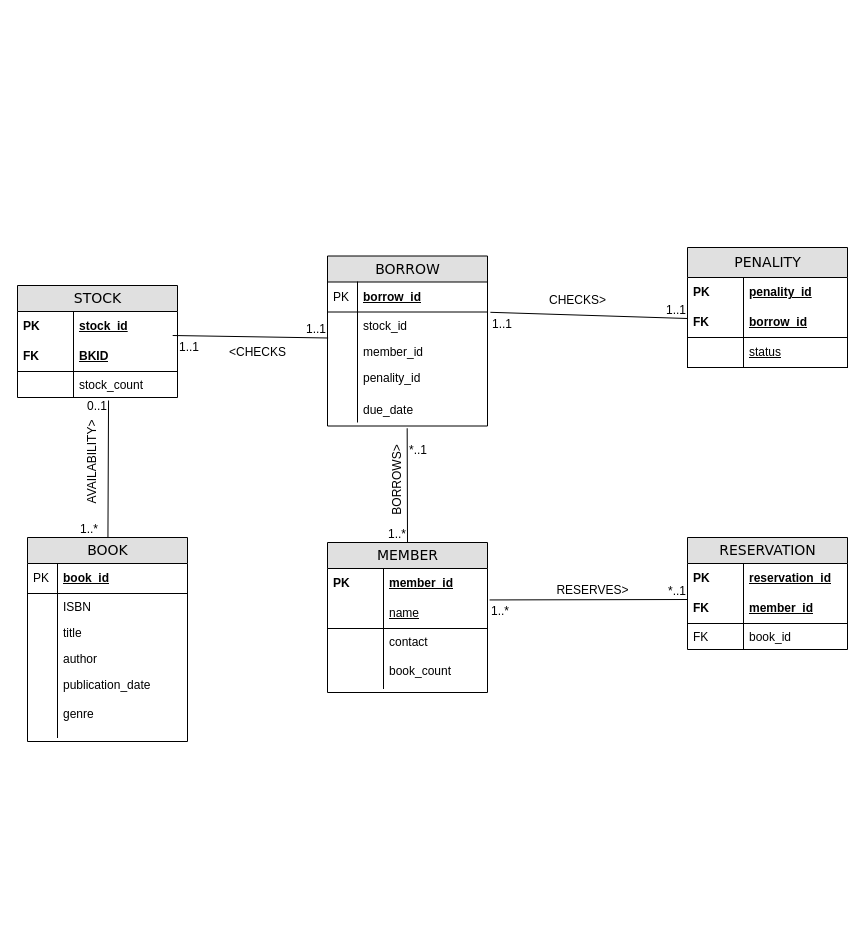
Earlier version of the draw.io diagram erdiagram.drawio (kaushik315/MScComputingDS). Source tidied: cells renumbered, new cells numbered last; positions are measured from the earlier drawing's top-left corner, leaving out a move shared by most shapes. Both pictures are drawn from the tidied source at 100%, with x=0, y=0 at pixel (17, 247).
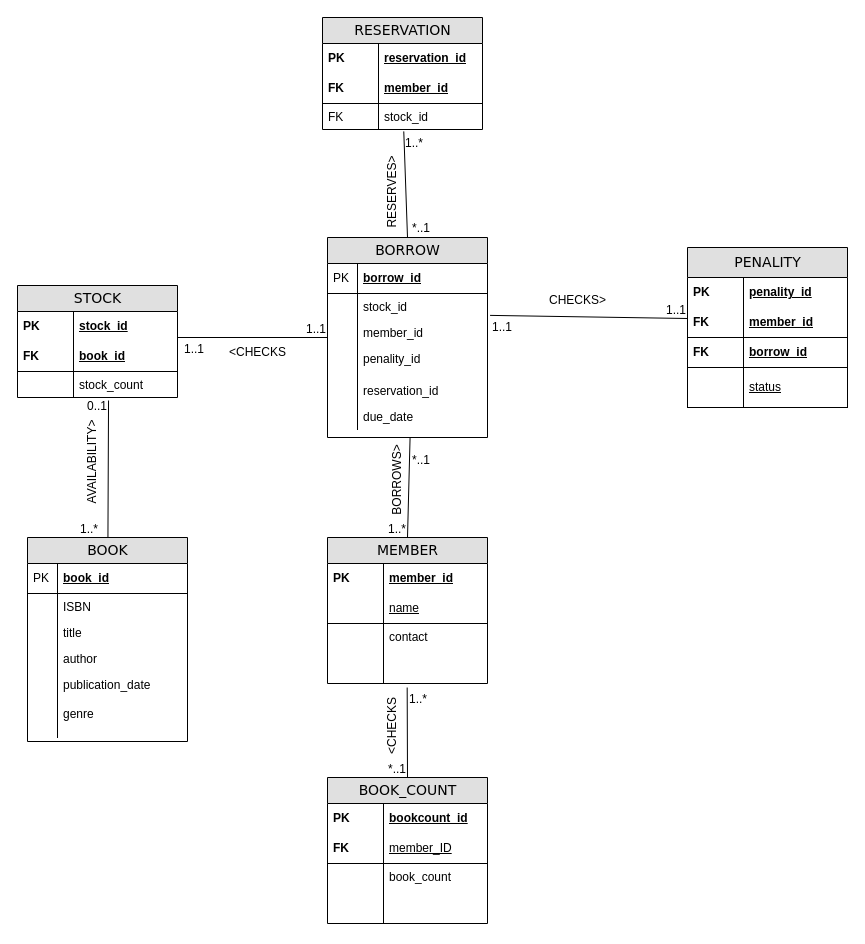
After the change.

Unchanged cells that the change refers to:
```xml
<mxCell id="2" value="STOCK" style="swimlane;html=1;fontStyle=0;horizontal=1;startSize=26;fillColor=#e0e0e0;swimlaneFillColor=#ffffff;align=center;rounded=0;shadow=0;comic=0;labelBackgroundColor=none;strokeWidth=1;fontFamily=Verdana;fontSize=14;" parent="1" vertex="1">
  <mxGeometry y="38" width="160" height="112" as="geometry" />
</mxCell>
<mxCell id="10" value="member_id" style="shape=partialRectangle;top=0;left=0;right=0;bottom=0;html=1;align=left;verticalAlign=middle;fillColor=none;spacingLeft=60;spacingRight=4;whiteSpace=wrap;overflow=hidden;points=[[0,0.5],[1,0.5]];portConstraint=eastwest;fontStyle=5;" parent="9" vertex="1">
  <mxGeometry y="26" width="160" height="30" as="geometry" />
</mxCell>
<mxCell id="37" value="stock_id" style="shape=partialRectangle;top=0;left=0;right=0;bottom=0;html=1;align=left;verticalAlign=top;fillColor=none;spacingLeft=34;spacingRight=4;whiteSpace=wrap;overflow=hidden;points=[[0,0.5],[1,0.5]];portConstraint=eastwest;" parent="34" vertex="1">
  <mxGeometry y="56" width="160" height="26" as="geometry" />
</mxCell>
<mxCell id="63" value="BORROWS&amp;gt;" style="text;html=1;align=center;verticalAlign=middle;points=[];strokeColor=none;fillColor=none;rotation=-90;" parent="1" vertex="1">
  <mxGeometry x="335" y="218" width="90" height="30" as="geometry" />
</mxCell>
```

What changed in the source:
```diff
@@
-    <mxCell id="5" value="BKID" style="shape=partialRectangle;top=0;left=0;right=0;bottom=1;html=1;align=left;verticalAlign=middle;fillColor=none;spacingLeft=60;spacingRight=4;whiteSpace=wrap;overflow=hidden;points=[[0,0.5],[1,0.5]];portConstraint=eastwest;fontStyle=5;" parent="2" vertex="1">
+    <mxCell id="5" value="book_id" style="shape=partialRectangle;top=0;left=0;right=0;bottom=1;html=1;align=left;verticalAlign=middle;fillColor=none;spacingLeft=60;spacingRight=4;whiteSpace=wrap;overflow=hidden;points=[[0,0.5],[1,0.5]];portConstraint=eastwest;fontStyle=5;" parent="2" vertex="1">
       <mxGeometry y="56" width="160" height="30" as="geometry" />
     </mxCell>
@@
     <mxCell id="9" value="MEMBER" style="swimlane;html=1;fontStyle=0;horizontal=1;startSize=26;fillColor=#e0e0e0;swimlaneFillColor=#ffffff;align=center;rounded=0;shadow=0;comic=0;labelBackgroundColor=none;strokeWidth=1;fontFamily=Verdana;fontSize=14;" parent="1" vertex="1">
-      <mxGeometry x="310" y="295" width="160" height="150" as="geometry" />
+      <mxGeometry x="310" y="290" width="160" height="146" as="geometry" />
     </mxCell>
@@
-    <mxCell id="14" value="contact&lt;br&gt;&lt;br&gt;book_count" style="shape=partialRectangle;top=0;left=0;right=0;bottom=0;html=1;align=left;verticalAlign=top;fillColor=none;spacingLeft=60;spacingRight=4;whiteSpace=wrap;overflow=hidden;points=[[0,0.5],[1,0.5]];portConstraint=eastwest;" parent="9" vertex="1">
+    <mxCell id="14" value="contact&lt;br&gt;" style="shape=partialRectangle;top=0;left=0;right=0;bottom=0;html=1;align=left;verticalAlign=top;fillColor=none;spacingLeft=60;spacingRight=4;whiteSpace=wrap;overflow=hidden;points=[[0,0.5],[1,0.5]];portConstraint=eastwest;" parent="9" vertex="1">
       <mxGeometry y="86" width="160" height="60" as="geometry" />
     </mxCell>
@@
     <mxCell id="16" value="PENALITY" style="swimlane;html=1;fontStyle=0;horizontal=1;startSize=30;fillColor=#e0e0e0;swimlaneFillColor=#ffffff;align=center;rounded=0;shadow=0;comic=0;labelBackgroundColor=none;strokeWidth=1;fontFamily=Verdana;fontSize=14;" parent="1" vertex="1">
-      <mxGeometry x="670" width="160" height="120" as="geometry" />
+      <mxGeometry x="670" width="160" height="160" as="geometry" />
     </mxCell>
@@
-    <mxCell id="19" value="borrow_id" style="shape=partialRectangle;top=0;left=0;right=0;bottom=1;html=1;align=left;verticalAlign=middle;fillColor=none;spacingLeft=60;spacingRight=4;whiteSpace=wrap;overflow=hidden;fontStyle=5;" parent="16" vertex="1">
+    <mxCell id="19" value="member_id" style="shape=partialRectangle;top=0;left=0;right=0;bottom=1;html=1;align=left;verticalAlign=middle;fillColor=none;spacingLeft=60;spacingRight=4;whiteSpace=wrap;overflow=hidden;fontStyle=5;" parent="16" vertex="1">
       <mxGeometry y="60" width="160" height="30" as="geometry" />
     </mxCell>
@@
+    <mxCell id="72" value="borrow_id" style="shape=partialRectangle;top=0;left=0;right=0;bottom=1;html=1;align=left;verticalAlign=middle;fillColor=none;spacingLeft=60;spacingRight=4;whiteSpace=wrap;overflow=hidden;fontStyle=5;" parent="16" vertex="1">
+      <mxGeometry y="90" width="160" height="30" as="geometry" />
+    </mxCell>
+    <mxCell id="73" value="FK" style="shape=partialRectangle;fontStyle=1;top=0;left=0;bottom=0;html=1;fillColor=none;align=left;verticalAlign=middle;spacingLeft=4;spacingRight=4;whiteSpace=wrap;overflow=hidden;" parent="72" vertex="1">
+      <mxGeometry width="56" height="30" as="geometry" />
+    </mxCell>
     <mxCell id="21" value="&lt;span style=&quot;font-weight: normal;&quot;&gt;status&lt;/span&gt;" style="shape=partialRectangle;top=0;left=0;right=0;bottom=1;html=1;align=left;verticalAlign=middle;fillColor=none;spacingLeft=60;spacingRight=4;whiteSpace=wrap;overflow=hidden;fontStyle=5;" parent="16" vertex="1">
-      <mxGeometry y="90" width="160" height="30" as="geometry" />
+      <mxGeometry y="120" width="160" height="40" as="geometry" />
     </mxCell>
     <mxCell id="22" style="shape=partialRectangle;fontStyle=1;top=0;left=0;bottom=0;html=1;fillColor=none;align=left;verticalAlign=middle;spacingLeft=4;spacingRight=4;whiteSpace=wrap;overflow=hidden;" parent="21" vertex="1">
-      <mxGeometry width="56" height="30" as="geometry" />
+      <mxGeometry width="56" height="40" as="geometry" />
     </mxCell>
@@
     <mxCell id="34" value="BORROW" style="swimlane;html=1;fontStyle=0;horizontal=1;startSize=26;fillColor=#e0e0e0;swimlaneFillColor=#ffffff;align=center;rounded=0;shadow=0;comic=0;labelBackgroundColor=none;strokeWidth=1;fontFamily=Verdana;fontSize=14;" parent="1" vertex="1">
-      <mxGeometry x="310" y="8.5" width="160" height="170" as="geometry" />
+      <mxGeometry x="310" y="-10" width="160" height="200" as="geometry" />
     </mxCell>
@@
-    <mxCell id="43" value="due_date" style="shape=partialRectangle;top=0;left=0;right=0;bottom=0;html=1;align=left;verticalAlign=top;fillColor=none;spacingLeft=34;spacingRight=4;whiteSpace=wrap;overflow=hidden;points=[[0,0.5],[1,0.5]];portConstraint=eastwest;" parent="34" vertex="1">
+    <mxCell id="43" value="reservation_id" style="shape=partialRectangle;top=0;left=0;right=0;bottom=0;html=1;align=left;verticalAlign=top;fillColor=none;spacingLeft=34;spacingRight=4;whiteSpace=wrap;overflow=hidden;points=[[0,0.5],[1,0.5]];portConstraint=eastwest;" parent="34" vertex="1">
       <mxGeometry y="140" width="160" height="26" as="geometry" />
     </mxCell>
@@
+    <mxCell id="74" value="due_date" style="shape=partialRectangle;top=0;left=0;right=0;bottom=0;html=1;align=left;verticalAlign=top;fillColor=none;spacingLeft=34;spacingRight=4;whiteSpace=wrap;overflow=hidden;" parent="34" vertex="1">
+      <mxGeometry y="166" width="160" height="26" as="geometry" />
+    </mxCell>
+    <mxCell id="75" style="shape=partialRectangle;top=0;left=0;bottom=0;html=1;fillColor=none;align=left;verticalAlign=top;spacingLeft=4;spacingRight=4;whiteSpace=wrap;overflow=hidden;" parent="74" vertex="1">
+      <mxGeometry width="30" height="26" as="geometry" />
+    </mxCell>
-    <mxCell id="45" style="endArrow=none;html=1;rounded=0;entryX=0.5;entryY=0;entryDx=0;entryDy=0;exitX=0.498;exitY=1.24;exitDx=0;exitDy=0;exitPerimeter=0;" parent="1" edge="1" source="43" target="9">
+    <mxCell id="45" style="endArrow=none;html=1;rounded=0;entryX=0.5;entryY=0;entryDx=0;entryDy=0;exitX=0.972;exitY=0.919;exitDx=0;exitDy=0;exitPerimeter=0;" parent="1" edge="1" source="63" target="9">
       <mxGeometry relative="1" as="geometry" />
     </mxCell>
@@
-    <mxCell id="48" value="RESERVATION" style="swimlane;html=1;fontStyle=0;horizontal=1;startSize=26;fillColor=#e0e0e0;swimlaneFillColor=#ffffff;align=center;rounded=0;shadow=0;comic=0;labelBackgroundColor=none;strokeWidth=1;fontFamily=Verdana;fontSize=14;" parent="1" vertex="1">
-      <mxGeometry x="670" y="290" width="160" height="112" as="geometry" />
-    </mxCell>
-    <mxCell id="49" value="reservation_id" style="shape=partialRectangle;top=0;left=0;right=0;bottom=0;html=1;align=left;verticalAlign=middle;fillColor=none;spacingLeft=60;spacingRight=4;whiteSpace=wrap;overflow=hidden;fontStyle=5;" parent="48" vertex="1">
-      <mxGeometry y="26" width="160" height="30" as="geometry" />
-    </mxCell>
-    <mxCell id="50" value="PK" style="shape=partialRectangle;fontStyle=1;top=0;left=0;bottom=0;html=1;fillColor=none;align=left;verticalAlign=middle;spacingLeft=4;spacingRight=4;whiteSpace=wrap;overflow=hidden;" parent="49" vertex="1">
-      <mxGeometry width="56" height="30" as="geometry" />
-    </mxCell>
-    <mxCell id="51" value="member_id" style="shape=partialRectangle;top=0;left=0;right=0;bottom=1;html=1;align=left;verticalAlign=middle;fillColor=none;spacingLeft=60;spacingRight=4;whiteSpace=wrap;overflow=hidden;fontStyle=5;" parent="48" vertex="1">
-      <mxGeometry y="56" width="160" height="30" as="geometry" />
-    </mxCell>
-    <mxCell id="52" value="FK" style="shape=partialRectangle;fontStyle=1;top=0;left=0;bottom=0;html=1;fillColor=none;align=left;verticalAlign=middle;spacingLeft=4;spacingRight=4;whiteSpace=wrap;overflow=hidden;" parent="51" vertex="1">
-      <mxGeometry width="56" height="30" as="geometry" />
-    </mxCell>
-    <mxCell id="53" value="book_id" style="shape=partialRectangle;top=0;left=0;right=0;bottom=0;html=1;align=left;verticalAlign=top;fillColor=none;spacingLeft=60;spacingRight=4;whiteSpace=wrap;overflow=hidden;" parent="48" vertex="1">
-      <mxGeometry y="86" width="160" height="26" as="geometry" />
-    </mxCell>
-    <mxCell id="54" value="FK" style="shape=partialRectangle;top=0;left=0;bottom=0;html=1;fillColor=none;align=left;verticalAlign=top;spacingLeft=4;spacingRight=4;whiteSpace=wrap;overflow=hidden;" parent="53" vertex="1">
-      <mxGeometry width="56" height="26" as="geometry" />
-    </mxCell>
@@
-    <mxCell id="59" style="endArrow=none;html=1;rounded=0;exitX=1.013;exitY=1.048;exitDx=0;exitDy=0;exitPerimeter=0;" parent="1" edge="1" source="10">
-      <mxGeometry relative="1" as="geometry">
-        <mxPoint x="670" y="352" as="targetPoint" />
-      </mxGeometry>
+    <mxCell id="59" style="endArrow=none;html=1;rounded=0;exitX=0.508;exitY=1.073;exitDx=0;exitDy=0;exitPerimeter=0;entryX=0.5;entryY=0;entryDx=0;entryDy=0;" parent="1" edge="1" source="89" target="34">
+      <mxGeometry relative="1" as="geometry" />
     </mxCell>
@@
-    <mxCell id="61" value="*..1" style="html=1;whiteSpace=wrap;align=right;verticalAlign=bottom;" parent="59" vertex="1">
-      <mxGeometry x="1" relative="1" as="geometry" />
-    </mxCell>
-    <mxCell id="62" value="RESERVES&amp;gt;" style="text;html=1;align=center;verticalAlign=middle;strokeColor=none;fillColor=none;" parent="1" vertex="1">
-      <mxGeometry x="525" y="328" width="100" height="30" as="geometry" />
-    </mxCell>
@@
-    <mxCell id="64" style="endArrow=none;html=1;rounded=0;exitX=1.018;exitY=0.012;exitDx=0;exitDy=0;exitPerimeter=0;" parent="1" edge="1" source="37">
+    <mxCell id="64" style="endArrow=none;html=1;rounded=0;exitX=1.016;exitY=0.842;exitDx=0;exitDy=0;exitPerimeter=0;" parent="1" edge="1" source="37">
       <mxGeometry relative="1" as="geometry">
         <mxPoint x="670" y="71" as="targetPoint" />
       </mxGeometry>
     </mxCell>
@@
-    <mxCell id="68" style="endArrow=none;html=1;rounded=0;entryX=0.004;entryY=1;entryDx=0;entryDy=0;exitX=0.97;exitY=-0.2;exitDx=0;exitDy=0;entryPerimeter=0;exitPerimeter=0;" parent="1" edge="1" source="5" target="37">
-      <mxGeometry relative="1" as="geometry" />
+    <mxCell id="68" style="endArrow=none;html=1;rounded=0;" parent="1" edge="1">
+      <mxGeometry relative="1" as="geometry">
+        <mxPoint x="160" y="90" as="sourcePoint" />
+        <mxPoint x="310" y="90" as="targetPoint" />
+      </mxGeometry>
     </mxCell>
@@
+    <mxCell id="76" value="BOOK_COUNT" style="swimlane;html=1;fontStyle=0;horizontal=1;startSize=26;fillColor=#e0e0e0;swimlaneFillColor=#ffffff;align=center;rounded=0;shadow=0;comic=0;labelBackgroundColor=none;strokeWidth=1;fontFamily=Verdana;fontSize=14;" parent="1" vertex="1">
+      <mxGeometry x="310" y="530" width="160" height="146" as="geometry" />
+    </mxCell>
+    <mxCell id="77" value="bookcount_id&lt;span style=&quot;white-space: pre;&quot;&gt;&#9;&lt;/span&gt;" style="shape=partialRectangle;top=0;left=0;right=0;bottom=0;html=1;align=left;verticalAlign=middle;fillColor=none;spacingLeft=60;spacingRight=4;whiteSpace=wrap;overflow=hidden;fontStyle=5;" parent="76" vertex="1">
+      <mxGeometry y="26" width="160" height="30" as="geometry" />
+    </mxCell>
+    <mxCell id="78" value="PK" style="shape=partialRectangle;fontStyle=1;top=0;left=0;bottom=0;html=1;fillColor=none;align=left;verticalAlign=middle;spacingLeft=4;spacingRight=4;whiteSpace=wrap;overflow=hidden;" parent="77" vertex="1">
+      <mxGeometry width="56" height="30" as="geometry" />
+    </mxCell>
+    <mxCell id="79" value="&lt;span style=&quot;font-weight: 400;&quot;&gt;member_ID&lt;/span&gt;" style="shape=partialRectangle;top=0;left=0;right=0;bottom=1;html=1;align=left;verticalAlign=middle;fillColor=none;spacingLeft=60;spacingRight=4;whiteSpace=wrap;overflow=hidden;fontStyle=5;" parent="76" vertex="1">
+      <mxGeometry y="56" width="160" height="30" as="geometry" />
+    </mxCell>
+    <mxCell id="80" value="FK" style="shape=partialRectangle;fontStyle=1;top=0;left=0;bottom=0;html=1;fillColor=none;align=left;verticalAlign=middle;spacingLeft=4;spacingRight=4;whiteSpace=wrap;overflow=hidden;" parent="79" vertex="1">
+      <mxGeometry width="56" height="30" as="geometry" />
+    </mxCell>
+    <mxCell id="81" value="book_count" style="shape=partialRectangle;top=0;left=0;right=0;bottom=0;html=1;align=left;verticalAlign=top;fillColor=none;spacingLeft=60;spacingRight=4;whiteSpace=wrap;overflow=hidden;" parent="76" vertex="1">
+      <mxGeometry y="86" width="160" height="60" as="geometry" />
+    </mxCell>
+    <mxCell id="82" style="shape=partialRectangle;top=0;left=0;bottom=0;html=1;fillColor=none;align=left;verticalAlign=top;spacingLeft=4;spacingRight=4;whiteSpace=wrap;overflow=hidden;" parent="81" vertex="1">
+      <mxGeometry width="56" height="60" as="geometry" />
+    </mxCell>
+    <mxCell id="83" style="endArrow=none;html=1;rounded=0;entryX=0.5;entryY=0;entryDx=0;entryDy=0;exitX=0.498;exitY=1.067;exitDx=0;exitDy=0;exitPerimeter=0;" parent="1" edge="1" source="14" target="76">
+      <mxGeometry relative="1" as="geometry" />
+    </mxCell>
+    <mxCell id="84" value="1..*" style="html=1;whiteSpace=wrap;align=left;verticalAlign=bottom;" parent="83" vertex="1">
+      <mxGeometry x="-1" relative="1" as="geometry">
+        <mxPoint y="20" as="offset" />
+      </mxGeometry>
+    </mxCell>
+    <mxCell id="85" value="*..1" style="html=1;whiteSpace=wrap;align=right;verticalAlign=bottom;" parent="83" vertex="1">
+      <mxGeometry x="1" relative="1" as="geometry" />
+    </mxCell>
+    <mxCell id="86" value="&amp;lt;CHECKS" style="text;html=1;align=center;verticalAlign=middle;strokeColor=none;fillColor=none;rotation=-90;" parent="1" vertex="1">
+      <mxGeometry x="335" y="464" width="80" height="30" as="geometry" />
+    </mxCell>
+    <mxCell id="48" value="RESERVATION" style="swimlane;html=1;fontStyle=0;horizontal=1;startSize=26;fillColor=#e0e0e0;swimlaneFillColor=#ffffff;align=center;rounded=0;shadow=0;comic=0;labelBackgroundColor=none;strokeWidth=1;fontFamily=Verdana;fontSize=14;" parent="1" vertex="1">
+      <mxGeometry x="305" y="-230" width="160" height="112" as="geometry" />
+    </mxCell>
+    <mxCell id="49" value="reservation_id" style="shape=partialRectangle;top=0;left=0;right=0;bottom=0;html=1;align=left;verticalAlign=middle;fillColor=none;spacingLeft=60;spacingRight=4;whiteSpace=wrap;overflow=hidden;fontStyle=5;" parent="48" vertex="1">
+      <mxGeometry y="26" width="160" height="30" as="geometry" />
+    </mxCell>
+    <mxCell id="87" value="PK" style="shape=partialRectangle;fontStyle=1;top=0;left=0;bottom=0;html=1;fillColor=none;align=left;verticalAlign=middle;spacingLeft=4;spacingRight=4;whiteSpace=wrap;overflow=hidden;" parent="49" vertex="1">
+      <mxGeometry width="56" height="30" as="geometry" />
+    </mxCell>
+    <mxCell id="51" value="member_id" style="shape=partialRectangle;top=0;left=0;right=0;bottom=1;html=1;align=left;verticalAlign=middle;fillColor=none;spacingLeft=60;spacingRight=4;whiteSpace=wrap;overflow=hidden;fontStyle=5;" parent="48" vertex="1">
+      <mxGeometry y="56" width="160" height="30" as="geometry" />
+    </mxCell>
+    <mxCell id="88" value="FK" style="shape=partialRectangle;fontStyle=1;top=0;left=0;bottom=0;html=1;fillColor=none;align=left;verticalAlign=middle;spacingLeft=4;spacingRight=4;whiteSpace=wrap;overflow=hidden;" parent="51" vertex="1">
+      <mxGeometry width="56" height="30" as="geometry" />
+    </mxCell>
+    <mxCell id="89" value="stock_id" style="shape=partialRectangle;top=0;left=0;right=0;bottom=0;html=1;align=left;verticalAlign=top;fillColor=none;spacingLeft=60;spacingRight=4;whiteSpace=wrap;overflow=hidden;points=[[0,0.5],[1,0.5]];portConstraint=eastwest;" parent="48" vertex="1">
+      <mxGeometry y="86" width="160" height="26" as="geometry" />
+    </mxCell>
+    <mxCell id="54" value="FK" style="shape=partialRectangle;top=0;left=0;bottom=0;html=1;fillColor=none;align=left;verticalAlign=top;spacingLeft=4;spacingRight=4;whiteSpace=wrap;overflow=hidden;" parent="89" vertex="1">
+      <mxGeometry width="56" height="26" as="geometry" />
+    </mxCell>
+    <mxCell id="90" value="*..1" style="html=1;whiteSpace=wrap;align=right;verticalAlign=bottom;" parent="1" vertex="1">
+      <mxGeometry x="415" y="20" as="geometry">
+        <mxPoint x="-1" y="-31" as="offset" />
+      </mxGeometry>
+    </mxCell>
+    <mxCell id="62" value="RESERVES&amp;gt;" style="text;html=1;align=center;verticalAlign=middle;strokeColor=none;fillColor=none;rotation=-90;" parent="1" vertex="1">
+      <mxGeometry x="325" y="-70" width="100" height="30" as="geometry" />
+    </mxCell>
```
